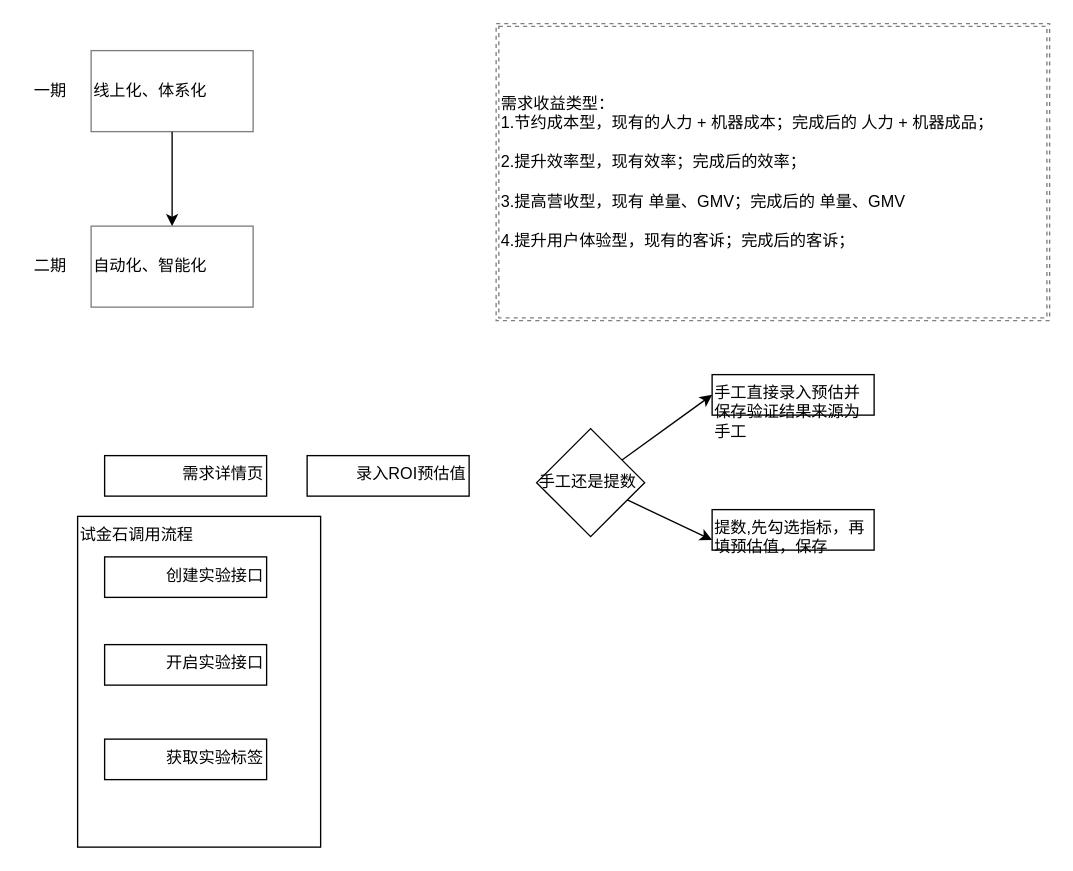
lihongliang1989/diagram keeps this draw.io diagram as page "其他" (8 of 9) of 需求ROI评估.drawio. Above is the earlier version. Source tidied: cells renumbered, new cells numbered last; positions are measured from the earlier drawing's top-left corner, leaving out a move shared by most shapes. Both pictures are drawn from the tidied source at 135%, with x=0, y=0 at pixel (23, 23).
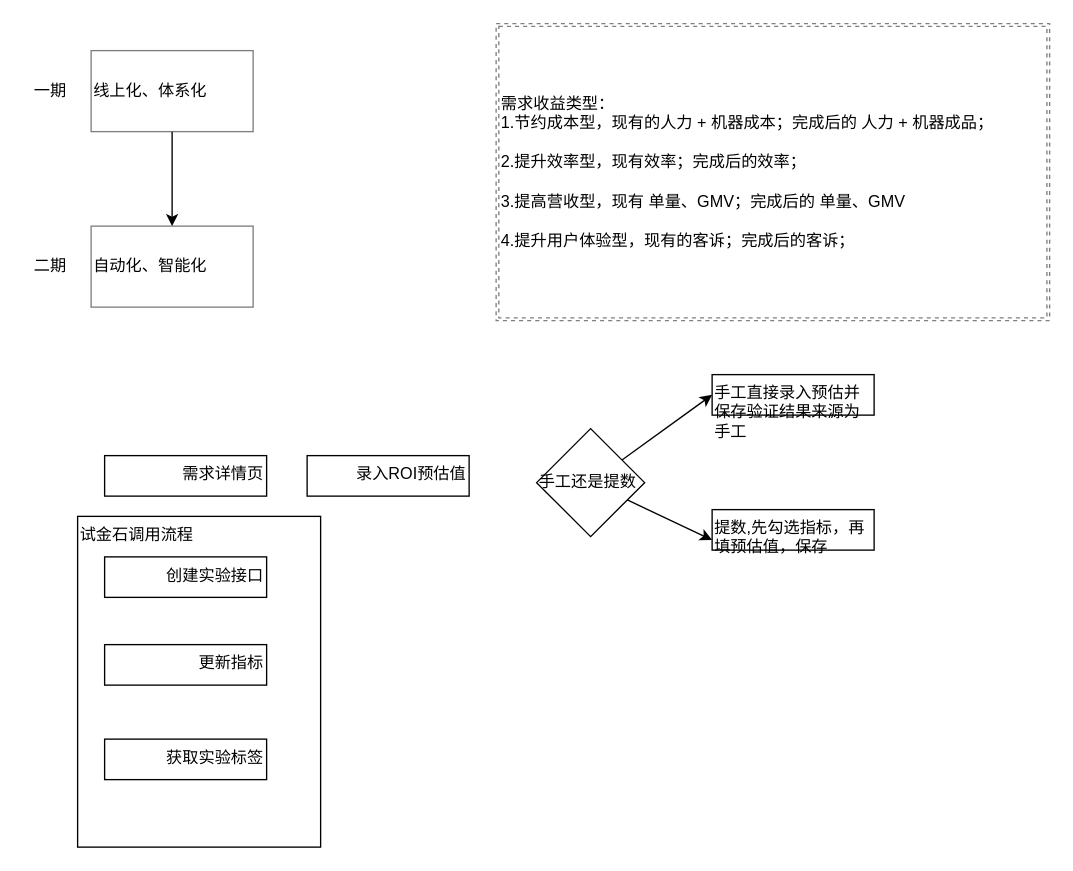
After the change.

What changed in the source:
```diff
@@
 <mxGraphModel>
   <root>
     <mxCell id="0" />
     <mxCell id="1" parent="0" />
     <mxCell id="2" value="试金石调用流程" style="rounded=0;whiteSpace=wrap;html=1;strokeWidth=1;align=left;verticalAlign=top;" parent="1" vertex="1">
       <mxGeometry x="40" y="365" width="180" height="245" as="geometry" />
     </mxCell>
     <mxCell id="3" value="需求收益类型：&lt;br&gt;1.节约成本型，现有的人力 + 机器成本；完成后的 人力 + 机器成品；&lt;br&gt;&lt;br&gt;2.提升效率型，现有效率；完成后的效率；&lt;br&gt;&lt;br&gt;3.提高营收型，现有 单量、GMV；完成后的 单量、GMV&lt;br&gt;&lt;br&gt;4.提升用户体验型，现有的客诉；完成后的客诉；" style="shape=ext;double=1;rounded=0;whiteSpace=wrap;html=1;shadow=0;glass=0;dashed=1;sketch=0;fontColor=#000000;strokeColor=#000000;fillColor=#FFFFFF;align=left;opacity=50;" parent="1" vertex="1">
       <mxGeometry x="350" width="410" height="220" as="geometry" />
     </mxCell>
     <mxCell id="4" style="edgeStyle=orthogonalEdgeStyle;rounded=0;jettySize=auto;html=1;fontColor=#000000;" parent="1" edge="1" source="5" target="6">
       <mxGeometry relative="1" as="geometry" />
     </mxCell>
     <mxCell id="5" value="线上化、体系化" style="rounded=0;whiteSpace=wrap;html=1;shadow=0;glass=0;sketch=0;fontColor=#000000;strokeColor=#000000;fillColor=#FFFFFF;align=left;opacity=50;" parent="1" vertex="1">
       <mxGeometry x="50" y="20" width="120" height="60" as="geometry" />
     </mxCell>
     <mxCell id="6" value="自动化、智能化" style="rounded=0;whiteSpace=wrap;html=1;shadow=0;glass=0;sketch=0;fontColor=#000000;strokeColor=#000000;fillColor=#FFFFFF;align=left;opacity=50;" parent="1" vertex="1">
       <mxGeometry x="50" y="150" width="120" height="60" as="geometry" />
     </mxCell>
     <mxCell id="7" value="一期" style="text;html=1;strokeColor=none;fillColor=none;align=center;verticalAlign=middle;whiteSpace=wrap;rounded=0;shadow=0;glass=0;dashed=1;sketch=0;fontColor=#000000;opacity=50;" parent="1" vertex="1">
       <mxGeometry y="40" width="40" height="20" as="geometry" />
     </mxCell>
     <mxCell id="8" value="二期" style="text;html=1;strokeColor=none;fillColor=none;align=center;verticalAlign=middle;whiteSpace=wrap;rounded=0;shadow=0;glass=0;dashed=1;sketch=0;fontColor=#000000;opacity=50;" parent="1" vertex="1">
       <mxGeometry y="170" width="40" height="20" as="geometry" />
     </mxCell>
     <mxCell id="9" value="需求详情页" style="rounded=0;whiteSpace=wrap;html=1;strokeWidth=1;align=right;verticalAlign=top;" parent="1" vertex="1">
       <mxGeometry x="60" y="320" width="120" height="30" as="geometry" />
     </mxCell>
     <mxCell id="10" value="录入ROI预估值" style="rounded=0;whiteSpace=wrap;html=1;strokeWidth=1;align=right;verticalAlign=top;" parent="1" vertex="1">
       <mxGeometry x="210" y="320" width="120" height="30" as="geometry" />
     </mxCell>
     <mxCell id="11" style="edgeStyle=none;rounded=1;jumpStyle=gap;jettySize=auto;html=1;entryX=0;entryY=0.5;entryDx=0;entryDy=0;startSize=6;endSize=6;targetPerimeterSpacing=0;" parent="1" edge="1" source="13" target="14">
       <mxGeometry relative="1" as="geometry" />
     </mxCell>
     <mxCell id="12" style="edgeStyle=none;rounded=1;jumpStyle=gap;jettySize=auto;html=1;entryX=0;entryY=0.75;entryDx=0;entryDy=0;startSize=6;endSize=6;targetPerimeterSpacing=0;" parent="1" edge="1" source="13" target="15">
       <mxGeometry relative="1" as="geometry" />
     </mxCell>
     <mxCell id="13" value="手工还是提数" style="rhombus;whiteSpace=wrap;html=1;strokeWidth=1;align=left;verticalAlign=middle;" parent="1" vertex="1">
       <mxGeometry x="380" y="300" width="80" height="80" as="geometry" />
     </mxCell>
     <mxCell id="14" value="手工直接录入预估并保存验证结果来源为手工" style="rounded=0;whiteSpace=wrap;html=1;strokeWidth=1;align=left;verticalAlign=top;" parent="1" vertex="1">
       <mxGeometry x="510" y="260" width="120" height="30" as="geometry" />
     </mxCell>
     <mxCell id="15" value="提数,先勾选指标，再填预估值，保存" style="rounded=0;whiteSpace=wrap;html=1;strokeWidth=1;align=left;verticalAlign=top;" parent="1" vertex="1">
       <mxGeometry x="510" y="360" width="120" height="30" as="geometry" />
     </mxCell>
     <mxCell id="16" value="创建实验接口" style="rounded=0;whiteSpace=wrap;html=1;strokeWidth=1;align=right;verticalAlign=top;" parent="1" vertex="1">
       <mxGeometry x="60" y="395" width="120" height="30" as="geometry" />
     </mxCell>
-    <mxCell id="17" value="开启实验接口" style="rounded=0;whiteSpace=wrap;html=1;strokeWidth=1;align=right;verticalAlign=top;" parent="1" vertex="1">
+    <mxCell id="17" value="更新指标" style="rounded=0;whiteSpace=wrap;html=1;strokeWidth=1;align=right;verticalAlign=top;" parent="1" vertex="1">
       <mxGeometry x="60" y="460" width="120" height="30" as="geometry" />
     </mxCell>
     <mxCell id="18" value="获取实验标签" style="rounded=0;whiteSpace=wrap;html=1;strokeWidth=1;align=right;verticalAlign=top;" parent="1" vertex="1">
       <mxGeometry x="60" y="530" width="120" height="30" as="geometry" />
     </mxCell>
   </root>
 </mxGraphModel>
```
